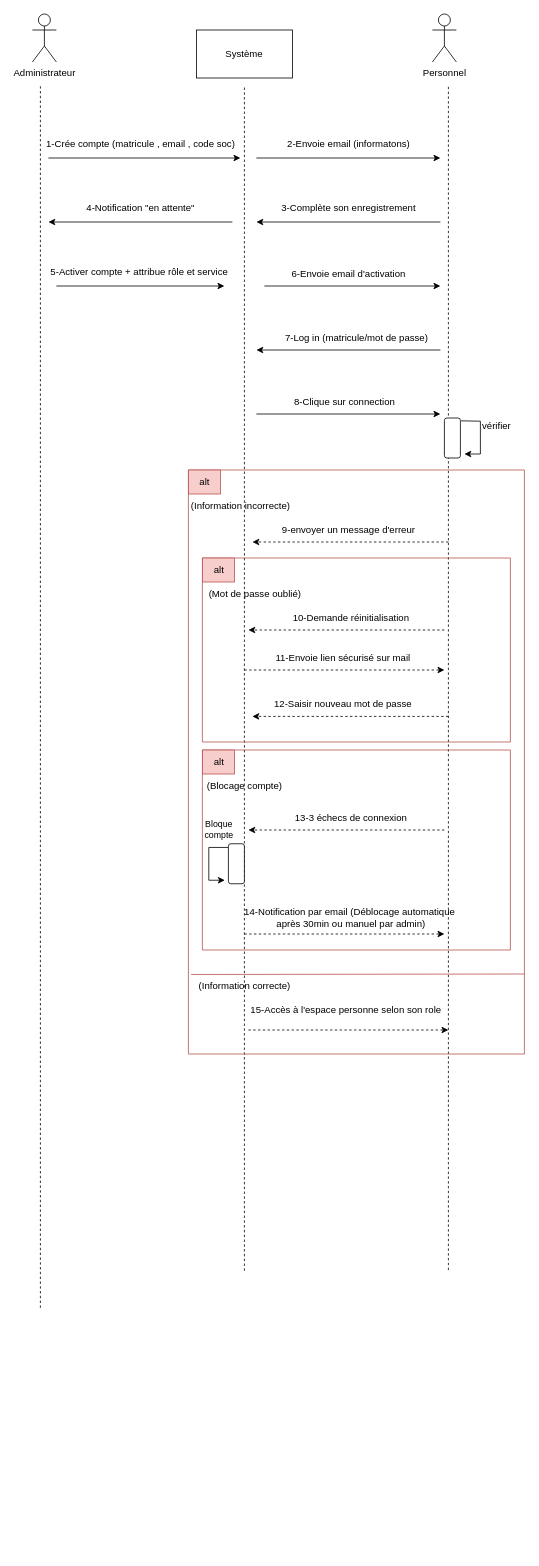
This is Diagramme de séquence sprint 1.drawio from PORTAIL-RH/Portail-RH-Mobile, a draw.io file, before an edit. Source tidied: cells renumbered, new cells numbered last; positions are measured from the earlier drawing's top-left corner, leaving out a move shared by most shapes. Both pictures are drawn from the tidied source at 80%, with x=0, y=0 at pixel (32, 14).
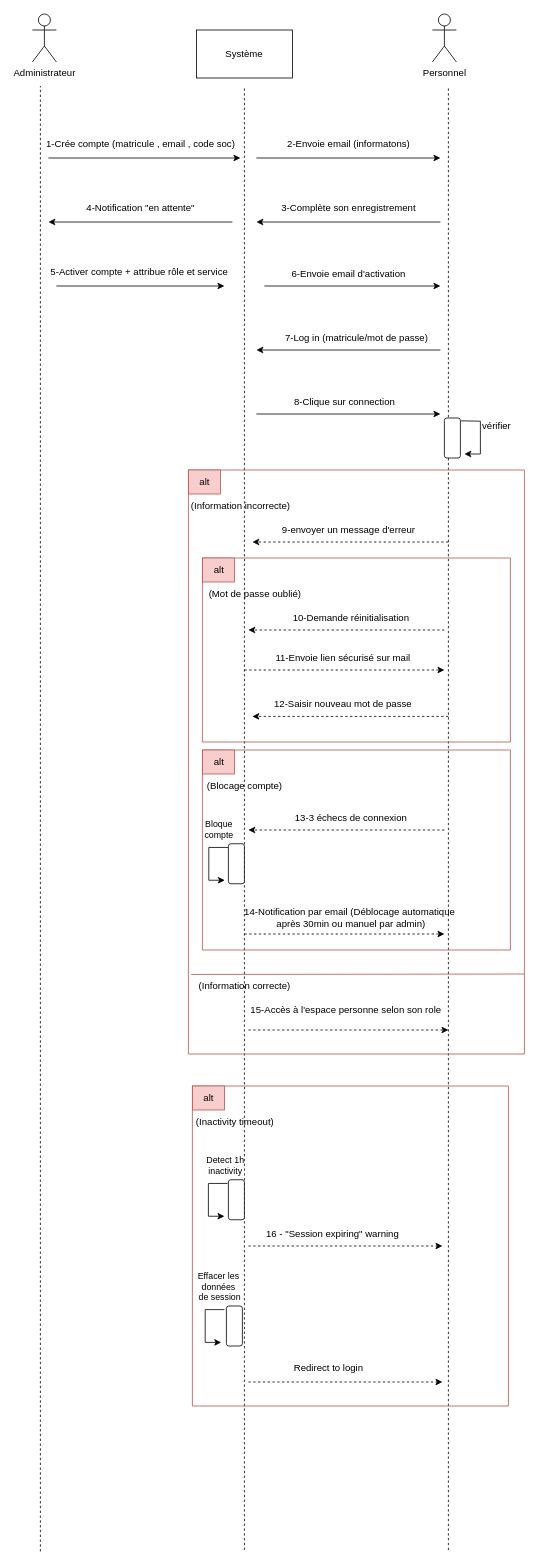
Above is the later version.

The edit, as a diff of the source:
```diff
@@
     <mxCell id="4" style="endArrow=none;dashed=1;html=1;rounded=0;" parent="1" edge="1">
       <mxGeometry relative="1" as="geometry">
-        <mxPoint x="10" y="1617.3" as="sourcePoint" />
+        <mxPoint x="10" y="1921.8" as="sourcePoint" />
         <mxPoint x="10" y="90" as="targetPoint" />
       </mxGeometry>
     </mxCell>
     <mxCell id="5" style="endArrow=none;dashed=1;html=1;rounded=0;" parent="1" edge="1">
       <mxGeometry relative="1" as="geometry">
-        <mxPoint x="520" y="1570" as="sourcePoint" />
+        <mxPoint x="520" y="1920" as="sourcePoint" />
         <mxPoint x="520" y="90" as="targetPoint" />
       </mxGeometry>
     </mxCell>
     <mxCell id="6" style="endArrow=none;dashed=1;html=1;rounded=0;" parent="1" edge="1">
       <mxGeometry relative="1" as="geometry">
-        <mxPoint x="265" y="1570.9" as="sourcePoint" />
+        <mxPoint x="265" y="1920" as="sourcePoint" />
         <mxPoint x="265" y="90" as="targetPoint" />
       </mxGeometry>
     </mxCell>
@@
+    <mxCell id="55" style="swimlane;startSize=0;fillColor=#f8cecc;strokeColor=#b85450;" parent="1" vertex="1">
+      <mxGeometry x="200" y="1340" width="395" height="400" as="geometry" />
+    </mxCell>
+    <mxCell id="56" value="alt" style="text;html=1;align=center;verticalAlign=middle;fillColor=#f8cecc;strokeColor=#b85450;" parent="55" vertex="1">
+      <mxGeometry width="40" height="30" as="geometry" />
+    </mxCell>
+    <mxCell id="57" value="(Inactivity timeout)" style="text;html=1;align=center;verticalAlign=middle;strokeColor=none;fillColor=none;" parent="55" vertex="1">
+      <mxGeometry x="-7.5" y="30" width="120" height="30" as="geometry" />
+    </mxCell>
+    <mxCell id="58" style="endArrow=classic;html=1;rounded=0;dashed=1;" parent="55" edge="1">
+      <mxGeometry relative="1" as="geometry">
+        <mxPoint x="70" y="200" as="sourcePoint" />
+        <mxPoint x="312.5" y="200" as="targetPoint" />
+      </mxGeometry>
+    </mxCell>
+    <mxCell id="59" value="16 - &quot;Session expiring&quot; warning" style="text;html=1;align=center;verticalAlign=middle;strokeColor=none;fillColor=none;" parent="55" vertex="1">
+      <mxGeometry x="80" y="170" width="190" height="30" as="geometry" />
+    </mxCell>
+    <mxCell id="60" style="rounded=1;whiteSpace=wrap;html=1;rotation=-90;" parent="55" vertex="1">
+      <mxGeometry x="30" y="132.2" width="50" height="20" as="geometry" />
+    </mxCell>
+    <mxCell id="61" style="endArrow=classic;html=1;rounded=0;exitX=0.929;exitY=1.041;exitDx=0;exitDy=0;exitPerimeter=0;align=center;" parent="55" edge="1">
+      <mxGeometry relative="1" as="geometry">
+        <mxPoint x="44" y="121.8" as="sourcePoint" />
+        <mxPoint x="40" y="162.8" as="targetPoint" />
+        <Array as="points">
+          <mxPoint x="20" y="121.8" />
+          <mxPoint x="20" y="162.8" />
+        </Array>
+      </mxGeometry>
+    </mxCell>
+    <mxCell id="62" value="Detect 1h&lt;div&gt;inactivity&lt;/div&gt;" style="edgeLabel;html=1;align=center;verticalAlign=middle;" parent="61" vertex="1">
+      <mxGeometry x="-0.64" y="-7" relative="1" as="geometry">
+        <mxPoint x="11" y="-15" as="offset" />
+      </mxGeometry>
+    </mxCell>
+    <mxCell id="63" style="rounded=1;whiteSpace=wrap;html=1;rotation=-90;" parent="55" vertex="1">
+      <mxGeometry x="27.5" y="290" width="50" height="20" as="geometry" />
+    </mxCell>
+    <mxCell id="64" style="endArrow=classic;html=1;rounded=0;exitX=0.929;exitY=1.041;exitDx=0;exitDy=0;exitPerimeter=0;align=center;" parent="55" edge="1">
+      <mxGeometry relative="1" as="geometry">
+        <mxPoint x="40" y="279.5" as="sourcePoint" />
+        <mxPoint x="36" y="320.5" as="targetPoint" />
+        <Array as="points">
+          <mxPoint x="16" y="279.5" />
+          <mxPoint x="16" y="320.5" />
+        </Array>
+      </mxGeometry>
+    </mxCell>
+    <mxCell id="65" value="Effacer les&amp;nbsp;&lt;div&gt;données&amp;nbsp;&lt;/div&gt;&lt;div&gt;de session&lt;/div&gt;" style="edgeLabel;html=1;align=center;verticalAlign=middle;" parent="64" vertex="1">
+      <mxGeometry x="-0.64" y="-7" relative="1" as="geometry">
+        <mxPoint x="8" y="-22" as="offset" />
+      </mxGeometry>
+    </mxCell>
+    <mxCell id="66" style="endArrow=classic;html=1;rounded=0;dashed=1;" parent="55" edge="1">
+      <mxGeometry relative="1" as="geometry">
+        <mxPoint x="70" y="370" as="sourcePoint" />
+        <mxPoint x="312.5" y="370" as="targetPoint" />
+      </mxGeometry>
+    </mxCell>
+    <mxCell id="67" value="Redirect to login" style="text;html=1;align=center;verticalAlign=middle;strokeColor=none;fillColor=none;" parent="1" vertex="1">
+      <mxGeometry x="315" y="1678" width="110" height="30" as="geometry" />
+    </mxCell>
```
